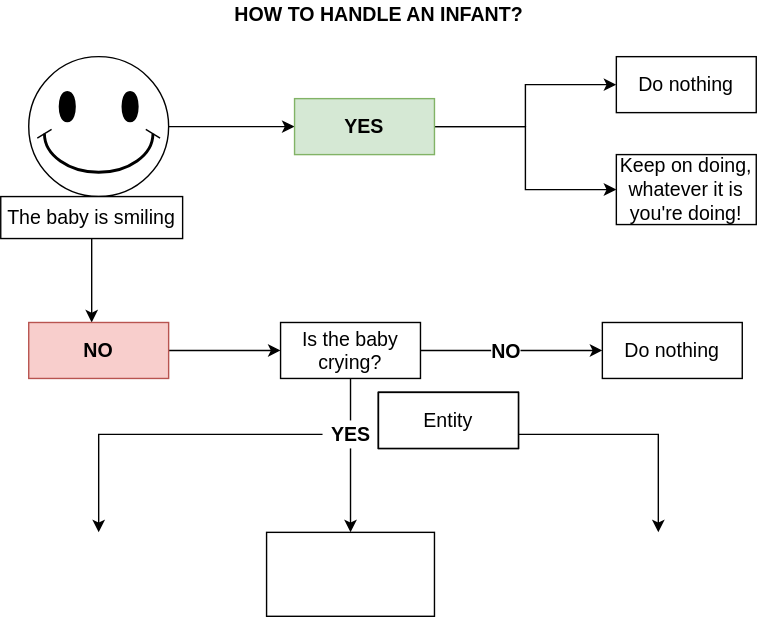
The draw.io diagram KT2-148.svg in KomunikacjaTechnicznaVistula/Anna-Bureta, before a commit. Source tidied: cells renumbered, new cells last; positions are measured from the earlier drawing's top-left corner, leaving out a move shared by most shapes.
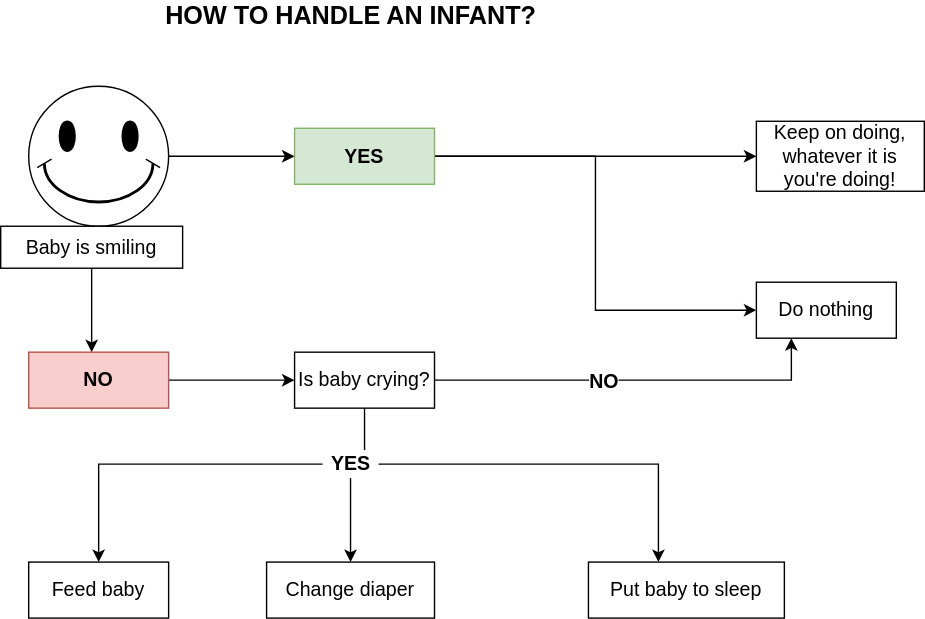
Above is the later version.

Change to the diagram source:
```diff
@@ -2,8 +2,8 @@
   <root>
     <mxCell id="0" />
     <mxCell id="1" parent="0" />
-    <mxCell id="2" value="&lt;b&gt;&lt;font style=&quot;font-size: 14px&quot;&gt;HOW TO HANDLE AN INFANT?&lt;/font&gt;&lt;/b&gt;" style="text;html=1;align=center;verticalAlign=middle;strokeColor=none;fillColor=none;" parent="1" vertex="1">
-      <mxGeometry x="160" width="220" height="20" as="geometry" />
+    <mxCell id="2" value="&lt;b&gt;&lt;font style=&quot;font-size: 18px&quot;&gt;HOW TO HANDLE AN INFANT?&lt;/font&gt;&lt;/b&gt;" style="text;html=1;align=center;verticalAlign=middle;strokeColor=none;fillColor=none;" parent="1" vertex="1">
+      <mxGeometry x="110" y="-20" width="280" height="20" as="geometry" />
     </mxCell>
     <mxCell id="3" style="edgeStyle=orthogonalEdgeStyle;rounded=0;jettySize=auto;html=1;entryX=0;entryY=0.5;entryDx=0;entryDy=0;fontSize=14;" parent="1" edge="1" source="4" target="11">
       <mxGeometry relative="1" as="geometry" />
@@ -16,14 +16,14 @@
         <mxPoint x="65" y="230" as="targetPoint" />
       </mxGeometry>
     </mxCell>
-    <mxCell id="6" value="The baby is smiling" style="whiteSpace=wrap;html=1;fontSize=14;" parent="1" vertex="1">
+    <mxCell id="6" value="Baby is smiling" style="whiteSpace=wrap;html=1;fontSize=14;" parent="1" vertex="1">
       <mxGeometry y="140" width="130" height="30" as="geometry" />
     </mxCell>
     <mxCell id="7" value="Do nothing" style="whiteSpace=wrap;html=1;align=center;fontSize=14;" parent="1" vertex="1">
-      <mxGeometry x="440" y="40" width="100" height="40" as="geometry" />
+      <mxGeometry x="540" y="180" width="100" height="40" as="geometry" />
     </mxCell>
-    <mxCell id="8" value="Keep on doing, whatever it is you're doing!" style="whiteSpace=wrap;html=1;align=center;fontSize=14;" parent="1" vertex="1">
-      <mxGeometry x="440" y="110" width="100" height="50" as="geometry" />
+    <mxCell id="8" value="Keep on doing, whatever it is &lt;br&gt;you're doing!" style="whiteSpace=wrap;html=1;align=center;fontSize=14;" parent="1" vertex="1">
+      <mxGeometry x="540" y="65" width="120" height="50" as="geometry" />
     </mxCell>
     <mxCell id="9" style="edgeStyle=orthogonalEdgeStyle;rounded=0;jettySize=auto;html=1;entryX=0;entryY=0.5;entryDx=0;entryDy=0;fontSize=14;" parent="1" edge="1" source="11" target="7">
       <mxGeometry relative="1" as="geometry" />
@@ -40,7 +40,7 @@
     <mxCell id="13" value="&lt;b&gt;NO&lt;/b&gt;" style="whiteSpace=wrap;html=1;align=center;fontSize=14;fillColor=#f8cecc;strokeColor=#b85450;" parent="1" vertex="1">
       <mxGeometry x="20" y="230" width="100" height="40" as="geometry" />
     </mxCell>
-    <mxCell id="14" style="edgeStyle=orthogonalEdgeStyle;rounded=0;jettySize=auto;html=1;entryX=0;entryY=0.5;entryDx=0;entryDy=0;fontSize=14;" parent="1" edge="1" source="16" target="17">
+    <mxCell id="14" style="edgeStyle=orthogonalEdgeStyle;rounded=0;jettySize=auto;html=1;entryX=0.25;entryY=1;entryDx=0;entryDy=0;fontSize=14;" parent="1" edge="1" source="16" target="7">
       <mxGeometry relative="1" as="geometry" />
     </mxCell>
     <mxCell id="15" value="NO" style="edgeLabel;html=1;align=center;verticalAlign=middle;fontSize=14;fontStyle=1;" parent="14" vertex="1">
@@ -48,12 +48,9 @@
         <mxPoint x="9" y="-3" as="offset" />
       </mxGeometry>
     </mxCell>
-    <mxCell id="16" value="Is the baby crying?" style="whiteSpace=wrap;html=1;align=center;fontSize=14;" parent="1" vertex="1">
-      <mxGeometry x="200" y="230" width="100" height="40" as="geometry" />
+    <mxCell id="16" value="Is baby crying?" style="whiteSpace=wrap;html=1;align=center;fontSize=14;" parent="1" vertex="1">
+      <mxGeometry x="210" y="230" width="100" height="40" as="geometry" />
     </mxCell>
-    <mxCell id="17" value="Do nothing" style="whiteSpace=wrap;html=1;align=center;fontSize=14;" parent="1" vertex="1">
-      <mxGeometry x="430" y="230" width="100" height="40" as="geometry" />
-    </mxCell>
     <mxCell id="18" style="edgeStyle=orthogonalEdgeStyle;rounded=0;jettySize=auto;html=1;fontSize=14;" parent="1" edge="1" source="21" target="23">
       <mxGeometry relative="1" as="geometry" />
     </mxCell>
@@ -77,20 +74,14 @@
         </Array>
       </mxGeometry>
     </mxCell>
-    <mxCell id="23" style="whiteSpace=wrap;html=1;fontSize=14;" parent="1" vertex="1">
-      <mxGeometry x="190" y="380" width="120" height="60" as="geometry" />
+    <mxCell id="23" value="Change diaper" style="whiteSpace=wrap;html=1;fontSize=14;" parent="1" vertex="1">
+      <mxGeometry x="190" y="380" width="120" height="40" as="geometry" />
     </mxCell>
-    <mxCell id="24" value="Entity" style="whiteSpace=wrap;html=1;align=center;fontSize=14;" parent="1" vertex="1">
-      <mxGeometry x="270" y="280" width="100" height="40" as="geometry" />
-    </mxCell>
-    <mxCell id="25" value="Entity" style="whiteSpace=wrap;html=1;align=center;fontSize=14;" parent="1" vertex="1">
-      <mxGeometry x="270" y="280" width="100" height="40" as="geometry" />
-    </mxCell>
-    <mxCell id="26" value="Entity" style="whiteSpace=wrap;html=1;align=center;fontSize=14;" parent="1" vertex="1">
-      <mxGeometry x="270" y="280" width="100" height="40" as="geometry" />
+    <mxCell id="26" value="Put baby to sleep" style="whiteSpace=wrap;html=1;align=center;fontSize=14;" parent="1" vertex="1">
+      <mxGeometry x="420" y="380" width="140" height="40" as="geometry" />
     </mxCell>
-    <mxCell id="27" value="Entity" style="whiteSpace=wrap;html=1;align=center;fontSize=14;" parent="1" vertex="1">
-      <mxGeometry x="270" y="280" width="100" height="40" as="geometry" />
+    <mxCell id="27" value="Feed baby" style="whiteSpace=wrap;html=1;align=center;fontSize=14;" parent="1" vertex="1">
+      <mxGeometry x="20" y="380" width="100" height="40" as="geometry" />
     </mxCell>
   </root>
 </mxGraphModel>
```
